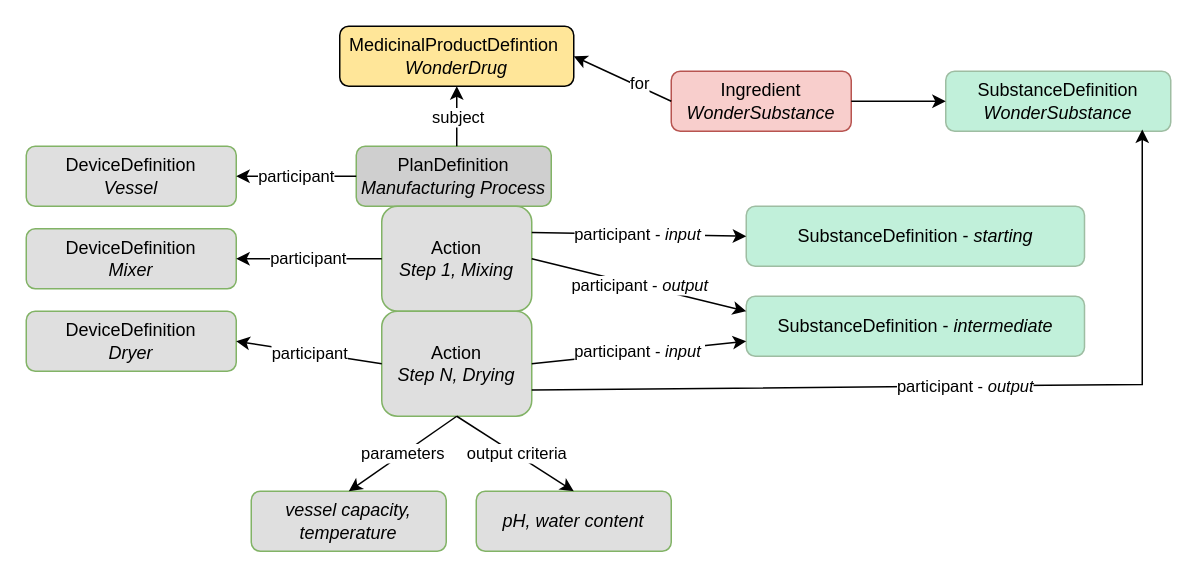
Earlier version of the draw.io diagram input/images-source/manufacturing_process_FHIR_resources [2023-07-28 Rik].drawio (HL7/uv-dx-pq). Source tidied: cells renumbered, new cells numbered last; positions are measured from the earlier drawing's top-left corner, leaving out a move shared by most shapes. Both pictures are drawn from the tidied source at 150%, with x=0, y=0 at pixel (26, 26).
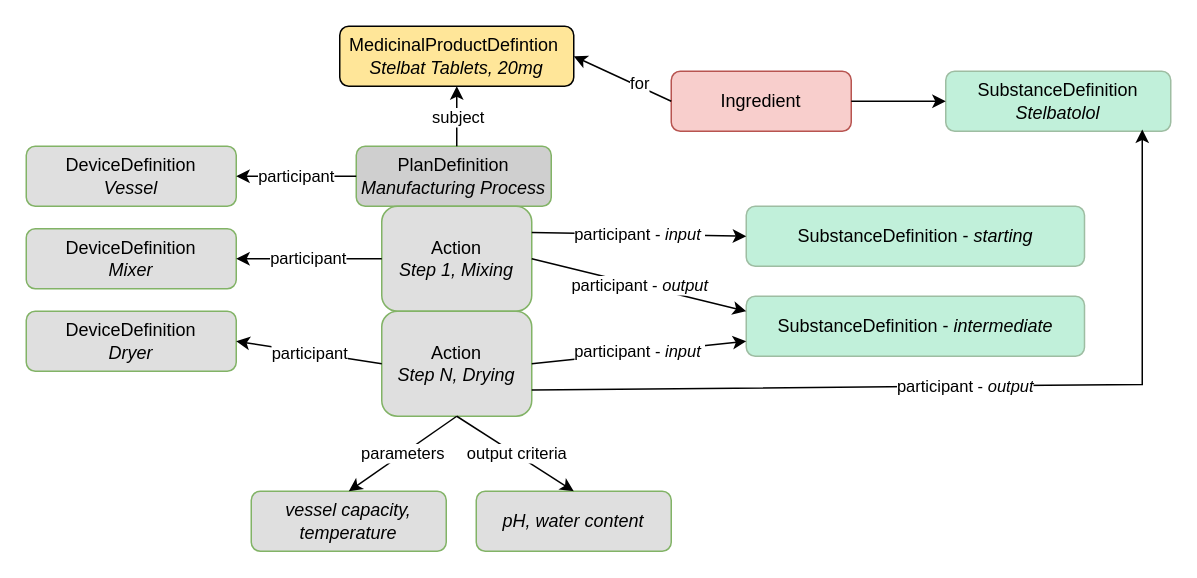
The same diagram, later.

The edit, as a diff of the source:
```diff
@@
-    <mxCell id="2" value="MedicinalProductDefintion&amp;nbsp;&lt;br&gt;&lt;i&gt;WonderDrug&lt;/i&gt;" style="rounded=1;whiteSpace=wrap;html=1;fontSize=12;glass=0;strokeWidth=1;shadow=0;fillColor=#ffe699;" parent="1" vertex="1">
+    <mxCell id="2" value="MedicinalProductDefintion&amp;nbsp;&lt;br&gt;&lt;i style=&quot;border-color: var(--border-color);&quot;&gt;Stelbat Tablets, 20mg&lt;/i&gt;" style="rounded=1;whiteSpace=wrap;html=1;fontSize=12;glass=0;strokeWidth=1;shadow=0;fillColor=#ffe699;" parent="1" vertex="1">
       <mxGeometry x="209" width="156" height="40" as="geometry" />
     </mxCell>
@@
-    <mxCell id="8" value="Ingredient&lt;br&gt;&lt;i&gt;WonderSubstance&lt;/i&gt;" style="rounded=1;whiteSpace=wrap;html=1;fontSize=12;glass=0;strokeWidth=1;shadow=0;fillColor=#f8cecc;strokeColor=#b85450;" parent="1" vertex="1">
+    <mxCell id="8" value="Ingredient" style="rounded=1;whiteSpace=wrap;html=1;fontSize=12;glass=0;strokeWidth=1;shadow=0;fillColor=#f8cecc;strokeColor=#b85450;" parent="1" vertex="1">
       <mxGeometry x="430" y="30" width="120" height="40" as="geometry" />
     </mxCell>
@@
-    <mxCell id="10" value="SubstanceDefinition&lt;br&gt;&lt;i&gt;WonderSubstance&lt;/i&gt;" style="rounded=1;whiteSpace=wrap;html=1;fontSize=12;glass=0;strokeWidth=1;shadow=0;fillColor=#c1f0da;strokeColor=#9ebda2;" parent="1" vertex="1">
+    <mxCell id="10" value="SubstanceDefinition&lt;br&gt;&lt;i style=&quot;border-color: var(--border-color);&quot;&gt;Stelbatolol&lt;/i&gt;" style="rounded=1;whiteSpace=wrap;html=1;fontSize=12;glass=0;strokeWidth=1;shadow=0;fillColor=#c1f0da;strokeColor=#9ebda2;" parent="1" vertex="1">
       <mxGeometry x="613" y="30" width="150" height="40" as="geometry" />
     </mxCell>
```
